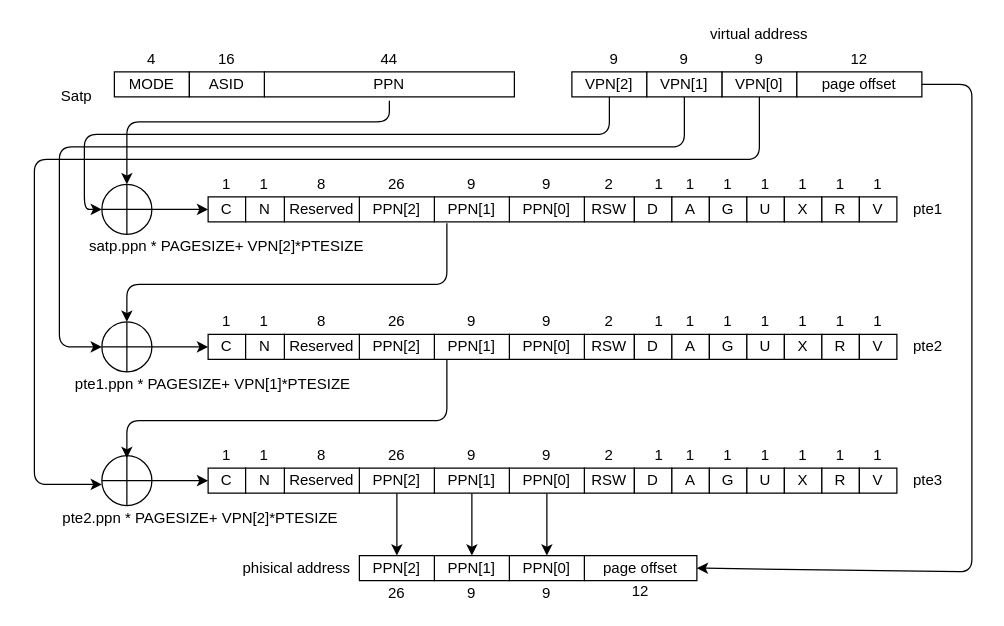
Above: sv39.drawio in Ziyue-Zhang/virt-mem-drawing (draw.io), before the change. Source tidied: cells renumbered, new cells numbered last; positions are measured from the earlier drawing's top-left corner, leaving out a move shared by most shapes. Both pictures are drawn from the tidied source at 125%, with x=0, y=0 at pixel (21, 21).
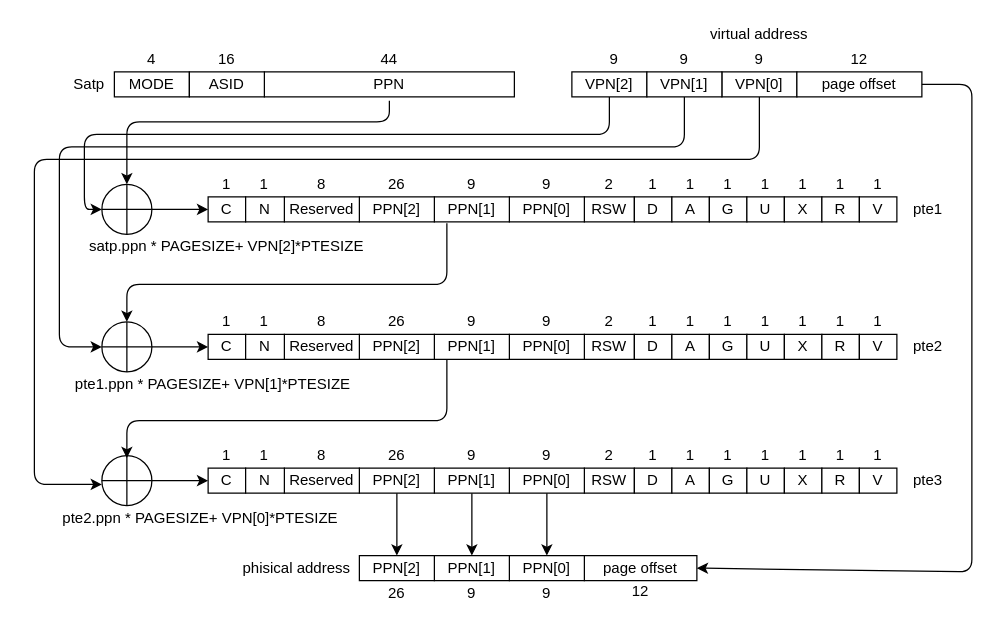
The same diagram, later.

What changed in the source:
```diff
@@
     <mxCell id="4" value="Satp" style="text;html=1;strokeColor=none;fillColor=none;align=center;verticalAlign=middle;whiteSpace=wrap;rounded=0;" parent="1" vertex="1">
-      <mxGeometry x="24" y="50" width="40" height="20" as="geometry" />
+      <mxGeometry x="34" y="40" width="40" height="20" as="geometry" />
     </mxCell>
@@
     <mxCell id="34" value="1" style="text;html=1;strokeColor=none;fillColor=none;align=center;verticalAlign=middle;whiteSpace=wrap;rounded=0;" parent="1" vertex="1">
-      <mxGeometry x="490" y="230" width="40" height="20" as="geometry" />
+      <mxGeometry x="485" y="230" width="40" height="20" as="geometry" />
     </mxCell>
@@
     <mxCell id="62" value="1" style="text;html=1;strokeColor=none;fillColor=none;align=center;verticalAlign=middle;whiteSpace=wrap;rounded=0;" parent="1" vertex="1">
-      <mxGeometry x="490" y="120" width="40" height="20" as="geometry" />
+      <mxGeometry x="485" y="120" width="40" height="20" as="geometry" />
     </mxCell>
@@
     <mxCell id="91" value="1" style="text;html=1;strokeColor=none;fillColor=none;align=center;verticalAlign=middle;whiteSpace=wrap;rounded=0;" parent="1" vertex="1">
-      <mxGeometry x="490" y="337" width="40" height="20" as="geometry" />
+      <mxGeometry x="485" y="337" width="40" height="20" as="geometry" />
     </mxCell>
@@
-    <mxCell id="123" value="pte2.ppn * PAGESIZE+ VPN[2]*PTESIZE" style="text;html=1;strokeColor=none;fillColor=none;align=center;verticalAlign=middle;whiteSpace=wrap;rounded=0;" parent="1" vertex="1">
+    <mxCell id="123" value="pte2.ppn * PAGESIZE+ VPN[0]*PTESIZE" style="text;html=1;strokeColor=none;fillColor=none;align=center;verticalAlign=middle;whiteSpace=wrap;rounded=0;" parent="1" vertex="1">
       <mxGeometry y="387" width="286" height="20" as="geometry" />
     </mxCell>
```
